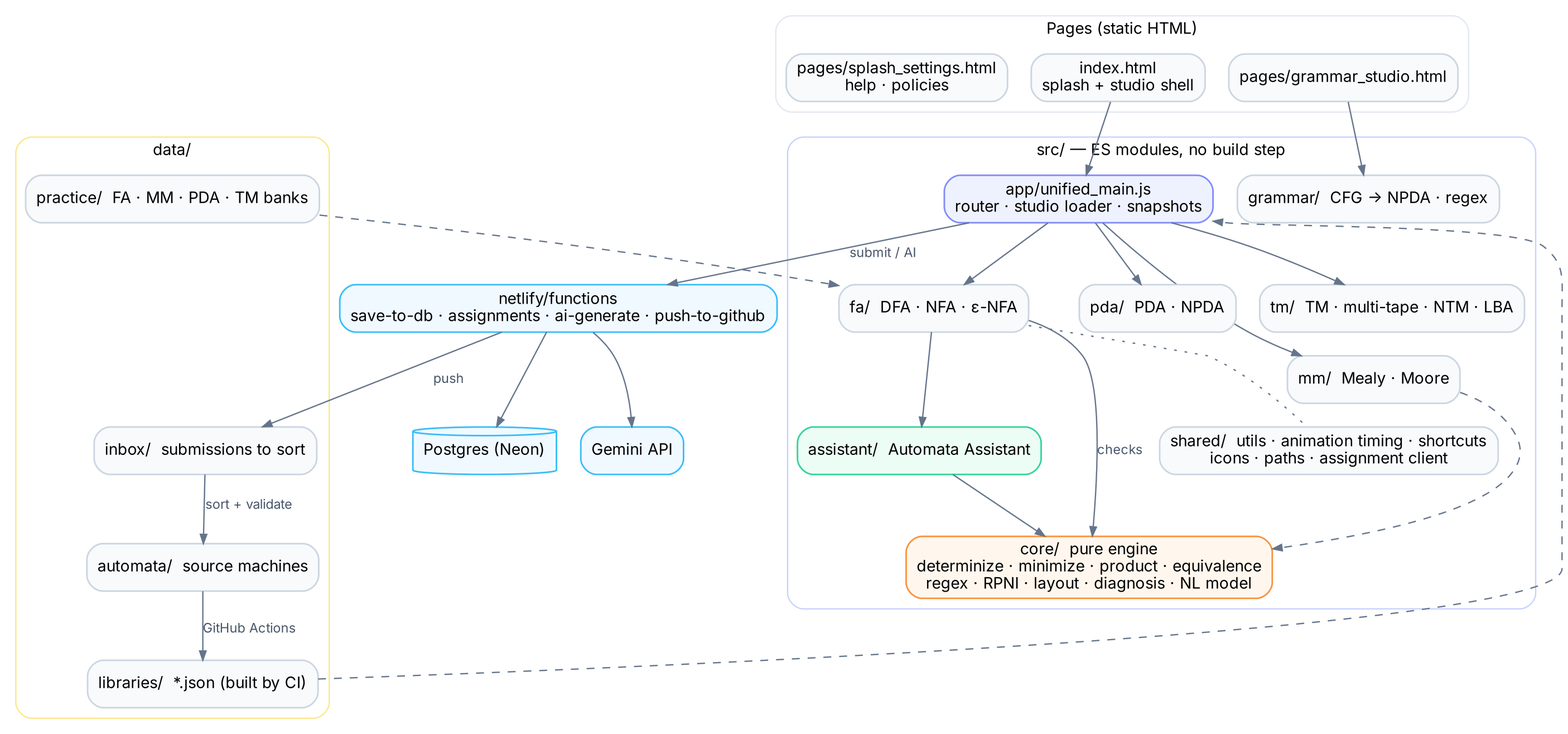
Before: docs/figures/architecture.png, a diagram exported from Graphviz (shiroonigami23-ui/Toc-Suite). Its source is kept beside it as docs/figures/architecture.dot.
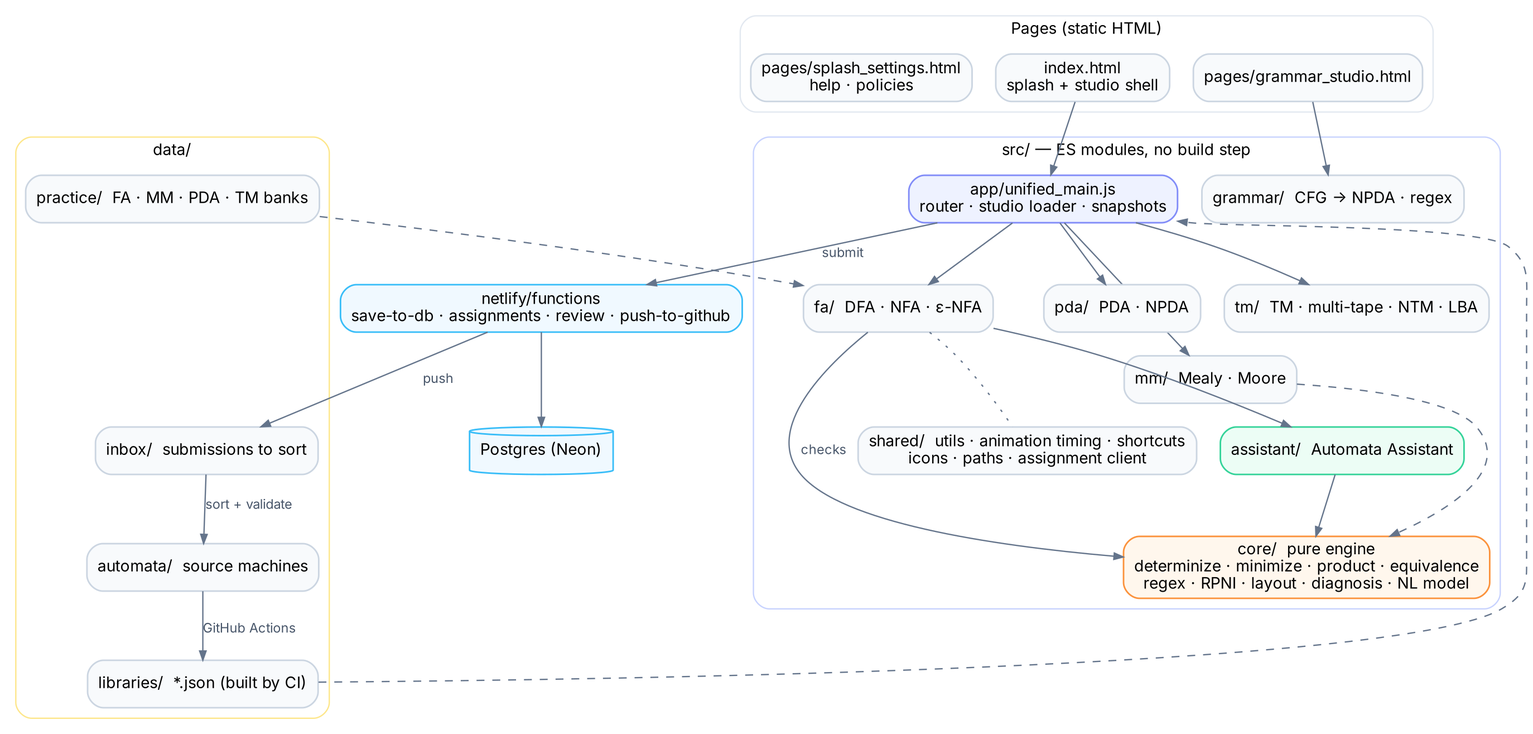
The same diagram one commit later.

Diff of the diagram source:
```diff
@@ -9,8 +9,8 @@
     shared [label="shared/  utils · animation timing · shortcuts\nicons · paths · assignment client"]; }
   subgraph cluster_data { label="data/"; fontname="Inter"; fontsize=12; color="#fde68a"; style="rounded";
     practice [label="practice/  FA · MM · PDA · TM banks"]; libs [label="libraries/  *.json (built by CI)"]; automata [label="automata/  source machines"]; inbox [label="inbox/  submissions to sort"]; }
-  functions [label="netlify/functions\nsave-to-db · assignments · ai-generate · push-to-github" fillcolor="#f0f9ff" color="#38bdf8"];
-  db [label="Postgres (Neon)" shape=cylinder fillcolor="#f0f9ff" color="#38bdf8"]; gemini [label="Gemini API" fillcolor="#f0f9ff" color="#38bdf8"];
+  functions [label="netlify/functions\nsave-to-db · assignments · review · push-to-github" fillcolor="#f0f9ff" color="#38bdf8"];
+  db [label="Postgres (Neon)" shape=cylinder fillcolor="#f0f9ff" color="#38bdf8"];
   index -> main; grammar -> gram; main -> fa; main -> mm; main -> pda; main -> tm; fa -> assist; assist -> core; fa -> core [label="checks"]; mm -> core [style=dashed];
   fa -> shared [style=dotted arrowhead=none]; practice -> fa [style=dashed]; libs -> main [style=dashed]; automata -> libs [label="GitHub Actions"]; inbox -> automata [label="sort + validate"];
-  main -> functions [label="submit / AI"]; functions -> db; functions -> gemini; functions -> inbox [label="push"]; }
+  main -> functions [label="submit"]; functions -> db; functions -> inbox [label="push"]; }
```
